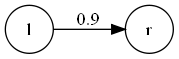
The Graphviz diagram WebOfTrust/l.dot.png in hariseldon78/web_of_trust, before a commit. Its source is kept beside it as WebOfTrust/l.dot. Source of this version:
```dot
digraph net {
rankdir=LR;
node [shape=circle];
l -> r [ label = 0.9 ];
}
```
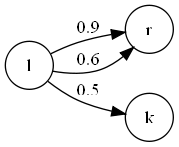
Above is the later version.

What changed in the source:
```diff
@@ -2,4 +2,6 @@
 rankdir=LR;
 node [shape=circle];
 l -> r [ label = 0.9 ];
+l -> r [ label = 0.6 ];
+l -> k [ label = 0.5 ];
 }
```
